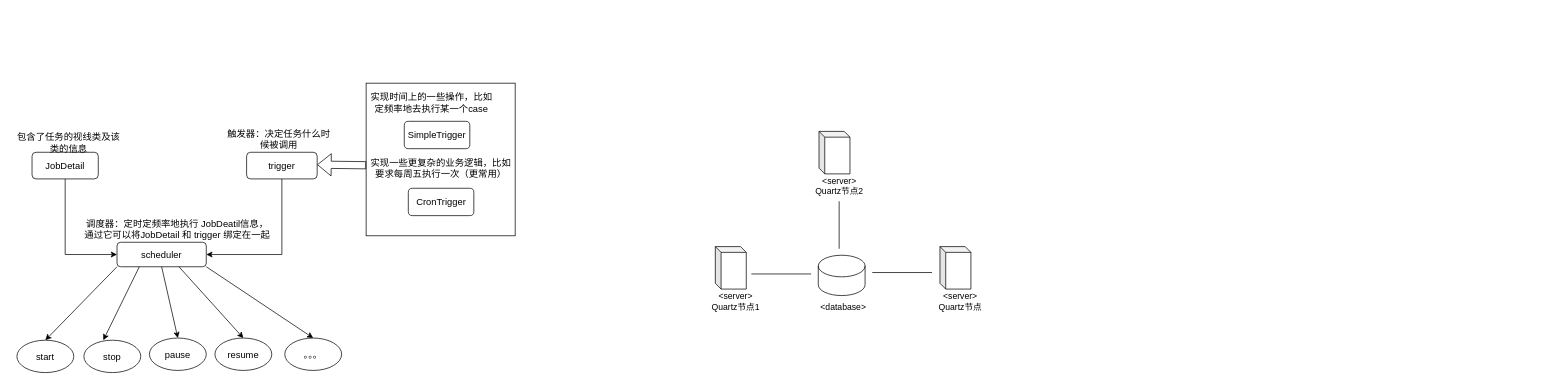
Before: blog/schedule.drawio in began-zhao/studydraw, a draw.io diagram. Source tidied: cells renumbered, new cells numbered last; positions are measured from the earlier drawing's top-left corner, leaving out a move shared by most shapes. Both pictures are drawn from the tidied source at 72%, with x=0, y=0 at pixel (12, 83).
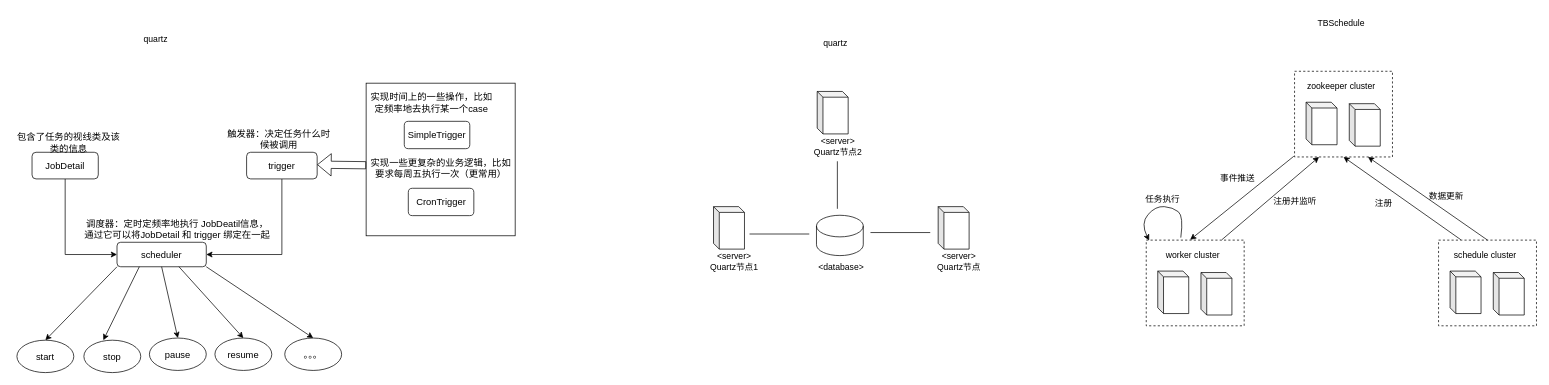
The same page after the edit.

What changed in the source:
```diff
@@
     <mxCell id="26" style="shape=cube;whiteSpace=wrap;html=1;boundedLbl=1;backgroundOutline=1;darkOpacity=0.05;darkOpacity2=0.1;size=8;" parent="1" vertex="1">
-      <mxGeometry x="1120" y="67" width="43" height="59" as="geometry" />
+      <mxGeometry x="1117.5" y="11.5" width="43" height="59" as="geometry" />
     </mxCell>
     <mxCell id="27" value="&amp;lt;server&amp;gt;&lt;br&gt;Quartz节点2" style="text;html=1;strokeColor=none;fillColor=none;align=center;verticalAlign=middle;whiteSpace=wrap;rounded=0;" parent="1" vertex="1">
-      <mxGeometry x="1103" y="128" width="91" height="30" as="geometry" />
+      <mxGeometry x="1100.5" y="72.5" width="91" height="30" as="geometry" />
     </mxCell>
     <mxCell id="28" style="shape=cube;whiteSpace=wrap;html=1;boundedLbl=1;backgroundOutline=1;darkOpacity=0.05;darkOpacity2=0.1;size=8;" parent="1" vertex="1">
-      <mxGeometry x="976" y="227" width="43" height="59" as="geometry" />
+      <mxGeometry x="973.5" y="171.5" width="43" height="59" as="geometry" />
     </mxCell>
     <mxCell id="29" value="&amp;lt;server&amp;gt;&lt;br&gt;Quartz节点1" style="text;html=1;strokeColor=none;fillColor=none;align=center;verticalAlign=middle;whiteSpace=wrap;rounded=0;" parent="1" vertex="1">
-      <mxGeometry x="959" y="288" width="91" height="30" as="geometry" />
+      <mxGeometry x="956.5" y="232.5" width="91" height="30" as="geometry" />
     </mxCell>
     <mxCell id="30" style="shape=cube;whiteSpace=wrap;html=1;boundedLbl=1;backgroundOutline=1;darkOpacity=0.05;darkOpacity2=0.1;size=8;" parent="1" vertex="1">
-      <mxGeometry x="1288" y="227" width="43" height="59" as="geometry" />
+      <mxGeometry x="1285.5" y="171.5" width="43" height="59" as="geometry" />
     </mxCell>
     <mxCell id="31" value="&amp;lt;server&amp;gt;&lt;br&gt;Quartz节点" style="text;html=1;strokeColor=none;fillColor=none;align=center;verticalAlign=middle;whiteSpace=wrap;rounded=0;" parent="1" vertex="1">
-      <mxGeometry x="1271" y="288" width="91" height="30" as="geometry" />
+      <mxGeometry x="1268.5" y="232.5" width="91" height="30" as="geometry" />
     </mxCell>
     <mxCell id="32" style="shape=cylinder3;whiteSpace=wrap;html=1;boundedLbl=1;backgroundOutline=1;size=15;" parent="1" vertex="1">
-      <mxGeometry x="1119" y="239" width="65" height="56" as="geometry" />
+      <mxGeometry x="1116.5" y="183.5" width="65" height="56" as="geometry" />
     </mxCell>
     <mxCell id="33" style="endArrow=none;html=1;rounded=0;fontStyle=1;" parent="1" edge="1">
       <mxGeometry relative="1" as="geometry">
-        <mxPoint x="1148" y="230" as="sourcePoint" />
-        <mxPoint x="1148" y="164" as="targetPoint" />
+        <mxPoint x="1145.5" y="174.5" as="sourcePoint" />
+        <mxPoint x="1145.5" y="108.5" as="targetPoint" />
       </mxGeometry>
     </mxCell>
     <mxCell id="34" style="endArrow=none;html=1;rounded=0;fontStyle=1;" parent="1" edge="1">
       <mxGeometry relative="1" as="geometry">
-        <mxPoint x="1109" y="265" as="sourcePoint" />
-        <mxPoint x="1026" y="265" as="targetPoint" />
+        <mxPoint x="1106.5" y="209.5" as="sourcePoint" />
+        <mxPoint x="1023.5" y="209.5" as="targetPoint" />
       </mxGeometry>
     </mxCell>
     <mxCell id="35" style="endArrow=none;html=1;rounded=0;fontStyle=1;" parent="1" edge="1">
       <mxGeometry relative="1" as="geometry">
-        <mxPoint x="1277" y="263" as="sourcePoint" />
-        <mxPoint x="1194" y="263" as="targetPoint" />
+        <mxPoint x="1274.5" y="207.5" as="sourcePoint" />
+        <mxPoint x="1191.5" y="207.5" as="targetPoint" />
       </mxGeometry>
     </mxCell>
     <mxCell id="36" value="&amp;lt;database&amp;gt;" style="text;html=1;strokeColor=none;fillColor=none;align=center;verticalAlign=middle;whiteSpace=wrap;rounded=0;" parent="1" vertex="1">
-      <mxGeometry x="1122.5" y="298" width="62" height="27" as="geometry" />
+      <mxGeometry x="1120" y="242.5" width="62" height="27" as="geometry" />
     </mxCell>
+    <mxCell id="37" value="quartz" style="text;html=1;strokeColor=none;fillColor=none;align=center;verticalAlign=middle;whiteSpace=wrap;rounded=0;" parent="1" vertex="1">
+      <mxGeometry x="168.5" y="-76.5" width="60" height="30" as="geometry" />
+    </mxCell>
+    <mxCell id="38" value="quartz" style="text;html=1;strokeColor=none;fillColor=none;align=center;verticalAlign=middle;whiteSpace=wrap;rounded=0;" parent="1" vertex="1">
+      <mxGeometry x="1112.5" y="-70.5" width="60" height="30" as="geometry" />
+    </mxCell>
+    <mxCell id="39" value="TBSchedule" style="text;html=1;strokeColor=none;fillColor=none;align=center;verticalAlign=middle;whiteSpace=wrap;rounded=0;" parent="1" vertex="1">
+      <mxGeometry x="1803" y="-98.5" width="85" height="30" as="geometry" />
+    </mxCell>
+    <mxCell id="40" style="rounded=0;whiteSpace=wrap;html=1;dashed=1;" parent="1" vertex="1">
+      <mxGeometry x="1780.5" y="-16.5" width="136" height="119" as="geometry" />
+    </mxCell>
+    <mxCell id="41" style="shape=cube;whiteSpace=wrap;html=1;boundedLbl=1;backgroundOutline=1;darkOpacity=0.05;darkOpacity2=0.1;size=8;" parent="1" vertex="1">
+      <mxGeometry x="1796.5" y="26.5" width="43" height="59" as="geometry" />
+    </mxCell>
+    <mxCell id="42" style="shape=cube;whiteSpace=wrap;html=1;boundedLbl=1;backgroundOutline=1;darkOpacity=0.05;darkOpacity2=0.1;size=8;" parent="1" vertex="1">
+      <mxGeometry x="1856.5" y="28.5" width="43" height="59" as="geometry" />
+    </mxCell>
+    <mxCell id="43" value="zookeeper cluster" style="text;html=1;strokeColor=none;fillColor=none;align=center;verticalAlign=middle;whiteSpace=wrap;rounded=0;" parent="1" vertex="1">
+      <mxGeometry x="1788" y="-10" width="115" height="30" as="geometry" />
+    </mxCell>
+    <mxCell id="44" style="rounded=0;whiteSpace=wrap;html=1;dashed=1;" parent="1" vertex="1">
+      <mxGeometry x="1574.5" y="218" width="136" height="119" as="geometry" />
+    </mxCell>
+    <mxCell id="45" style="shape=cube;whiteSpace=wrap;html=1;boundedLbl=1;backgroundOutline=1;darkOpacity=0.05;darkOpacity2=0.1;size=8;" parent="1" vertex="1">
+      <mxGeometry x="1590.5" y="261" width="43" height="59" as="geometry" />
+    </mxCell>
+    <mxCell id="46" style="shape=cube;whiteSpace=wrap;html=1;boundedLbl=1;backgroundOutline=1;darkOpacity=0.05;darkOpacity2=0.1;size=8;" parent="1" vertex="1">
+      <mxGeometry x="1650.5" y="263" width="43" height="59" as="geometry" />
+    </mxCell>
+    <mxCell id="47" value="worker cluster" style="text;html=1;strokeColor=none;fillColor=none;align=center;verticalAlign=middle;whiteSpace=wrap;rounded=0;" parent="1" vertex="1">
+      <mxGeometry x="1582" y="224.5" width="115" height="30" as="geometry" />
+    </mxCell>
+    <mxCell id="48" style="rounded=0;whiteSpace=wrap;html=1;dashed=1;" parent="1" vertex="1">
+      <mxGeometry x="1980.5" y="218" width="136" height="119" as="geometry" />
+    </mxCell>
+    <mxCell id="49" style="shape=cube;whiteSpace=wrap;html=1;boundedLbl=1;backgroundOutline=1;darkOpacity=0.05;darkOpacity2=0.1;size=8;" parent="1" vertex="1">
+      <mxGeometry x="1996.5" y="261" width="43" height="59" as="geometry" />
+    </mxCell>
+    <mxCell id="50" style="shape=cube;whiteSpace=wrap;html=1;boundedLbl=1;backgroundOutline=1;darkOpacity=0.05;darkOpacity2=0.1;size=8;" parent="1" vertex="1">
+      <mxGeometry x="2056.5" y="263" width="43" height="59" as="geometry" />
+    </mxCell>
+    <mxCell id="51" value="schedule cluster" style="text;html=1;strokeColor=none;fillColor=none;align=center;verticalAlign=middle;whiteSpace=wrap;rounded=0;" parent="1" vertex="1">
+      <mxGeometry x="1988" y="224.5" width="115" height="30" as="geometry" />
+    </mxCell>
+    <mxCell id="52" style="endArrow=classic;html=1;rounded=0;entryX=0.25;entryY=1;entryDx=0;entryDy=0;" parent="1" edge="1" target="40">
+      <mxGeometry relative="1" as="geometry">
+        <mxPoint x="1679.5" y="217.5" as="sourcePoint" />
+      </mxGeometry>
+    </mxCell>
+    <mxCell id="53" style="endArrow=classic;html=1;rounded=0;" parent="1" edge="1">
+      <mxGeometry relative="1" as="geometry">
+        <mxPoint x="1779.5" y="101.5" as="sourcePoint" />
+        <mxPoint x="1635.5" y="217.5" as="targetPoint" />
+      </mxGeometry>
+    </mxCell>
+    <mxCell id="54" style="curved=1;endArrow=classic;html=1;rounded=0;" parent="1" edge="1">
+      <mxGeometry relative="1" as="geometry">
+        <mxPoint x="1622.5" y="214.5" as="sourcePoint" />
+        <mxPoint x="1578.5" y="218.5" as="targetPoint" />
+        <Array as="points">
+          <mxPoint x="1626.5" y="184.5" />
+          <mxPoint x="1611.5" y="172.5" />
+          <mxPoint x="1587.5" y="170.5" />
+          <mxPoint x="1566.5" y="194.5" />
+        </Array>
+      </mxGeometry>
+    </mxCell>
+    <mxCell id="55" style="endArrow=classic;html=1;rounded=0;entryX=0.5;entryY=1;entryDx=0;entryDy=0;" parent="1" edge="1" target="40">
+      <mxGeometry relative="1" as="geometry">
+        <mxPoint x="2011.5" y="217.5" as="sourcePoint" />
+      </mxGeometry>
+    </mxCell>
+    <mxCell id="56" style="endArrow=classic;html=1;rounded=0;entryX=0.75;entryY=1;entryDx=0;entryDy=0;exitX=0.5;exitY=0;exitDx=0;exitDy=0;" parent="1" edge="1" source="48" target="40">
+      <mxGeometry relative="1" as="geometry" />
+    </mxCell>
+    <mxCell id="57" value="任务执行" style="text;html=1;strokeColor=none;fillColor=none;align=center;verticalAlign=middle;whiteSpace=wrap;rounded=0;" parent="1" vertex="1">
+      <mxGeometry x="1553.5" y="150.5" width="87" height="21" as="geometry" />
+    </mxCell>
+    <mxCell id="58" value="事件推送" style="text;html=1;strokeColor=none;fillColor=none;align=center;verticalAlign=middle;whiteSpace=wrap;rounded=0;" parent="1" vertex="1">
+      <mxGeometry x="1657.5" y="121.5" width="87" height="21" as="geometry" />
+    </mxCell>
+    <mxCell id="59" value="注册并监听" style="text;html=1;strokeColor=none;fillColor=none;align=center;verticalAlign=middle;whiteSpace=wrap;rounded=0;" parent="1" vertex="1">
+      <mxGeometry x="1737.5" y="154.5" width="87" height="21" as="geometry" />
+    </mxCell>
+    <mxCell id="60" value="注册" style="text;html=1;strokeColor=none;fillColor=none;align=center;verticalAlign=middle;whiteSpace=wrap;rounded=0;" parent="1" vertex="1">
+      <mxGeometry x="1860.5" y="156.5" width="87" height="21" as="geometry" />
+    </mxCell>
+    <mxCell id="61" value="数据更新" style="text;html=1;strokeColor=none;fillColor=none;align=center;verticalAlign=middle;whiteSpace=wrap;rounded=0;" parent="1" vertex="1">
+      <mxGeometry x="1947.5" y="146" width="87" height="21" as="geometry" />
+    </mxCell>
```
